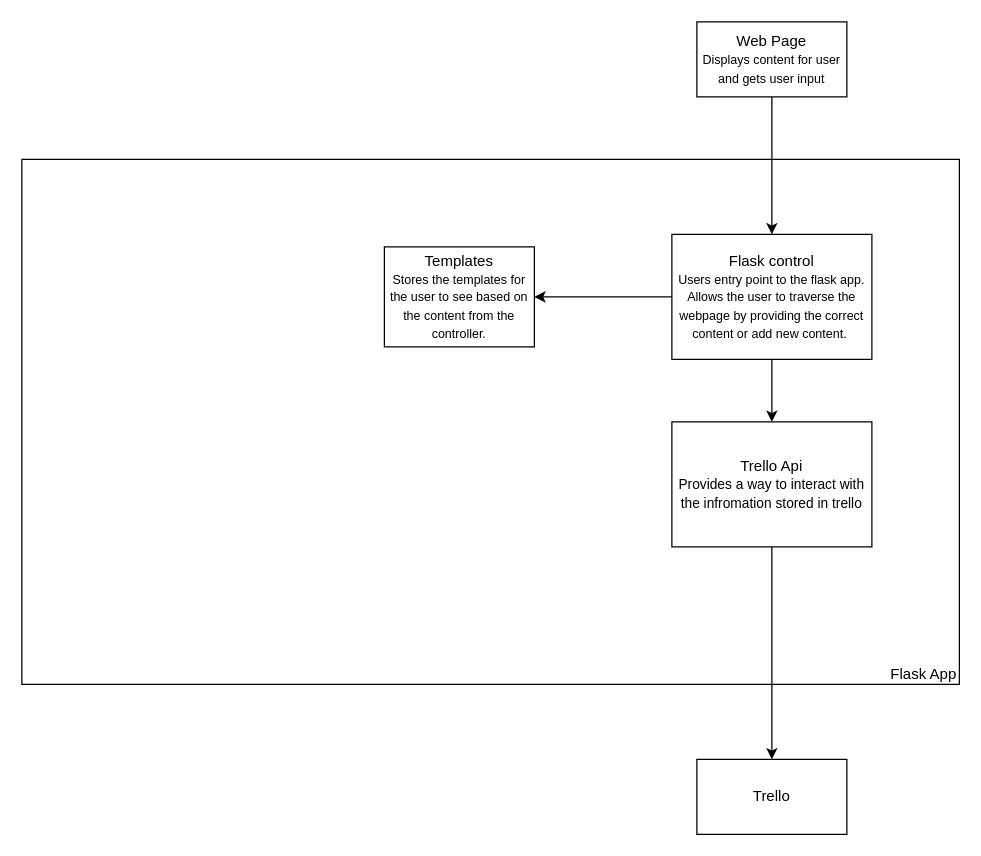
Karrot96/DevOps-Course-Starter keeps this draw.io diagram as documentation/Component.drawio. Above is the earlier version. Source tidied: cells renumbered, new cells numbered last; positions are measured from the earlier drawing's top-left corner, leaving out a move shared by most shapes. Both pictures are drawn from the tidied source at 125%, with x=0, y=0 at pixel (21, 21).
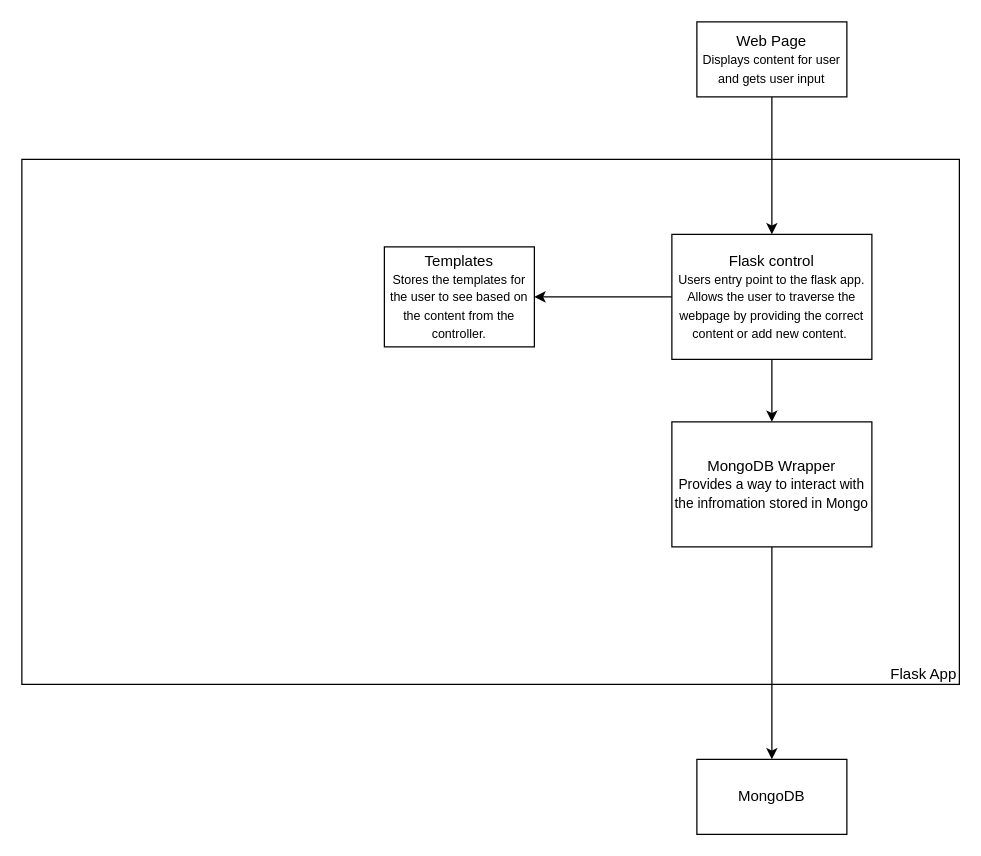
Above is the later version.

The edit, as a diff of the source:
```diff
@@
 <mxGraphModel>
   <root>
     <mxCell id="0" />
     <mxCell id="1" parent="0" />
     <mxCell id="2" value="Web Page&lt;br style=&quot;font-size: 11px&quot;&gt;&lt;font size=&quot;1&quot;&gt;Displays content for user and gets user input&lt;/font&gt;" style="rounded=0;whiteSpace=wrap;html=1;" parent="1" vertex="1">
       <mxGeometry x="540" width="120" height="60" as="geometry" />
     </mxCell>
     <mxCell id="3" value="&lt;br&gt;&lt;br&gt;&lt;br&gt;&lt;br&gt;&lt;br&gt;&lt;br&gt;&lt;br&gt;&lt;br&gt;&lt;br&gt;&lt;br&gt;&lt;br&gt;&lt;br&gt;&lt;br&gt;&lt;br&gt;&lt;br&gt;&lt;br&gt;&lt;br&gt;&lt;br&gt;&lt;br&gt;&lt;br&gt;&lt;br&gt;&lt;br&gt;&lt;br&gt;&lt;br&gt;&lt;br&gt;&lt;br&gt;&lt;br&gt;&lt;br&gt;Flask App" style="rounded=0;whiteSpace=wrap;html=1;align=right;" parent="1" vertex="1">
       <mxGeometry y="110" width="750" height="420" as="geometry" />
     </mxCell>
     <mxCell id="4" style="edgeStyle=orthogonalEdgeStyle;rounded=0;jettySize=auto;html=1;entryX=0.5;entryY=0;entryDx=0;entryDy=0;" parent="1" edge="1" source="6" target="10">
       <mxGeometry relative="1" as="geometry" />
     </mxCell>
     <mxCell id="5" style="edgeStyle=orthogonalEdgeStyle;rounded=0;jettySize=auto;html=1;exitX=0;exitY=0.5;exitDx=0;exitDy=0;entryX=1;entryY=0.5;entryDx=0;entryDy=0;" parent="1" edge="1" source="6" target="8">
       <mxGeometry relative="1" as="geometry" />
     </mxCell>
     <mxCell id="6" value="Flask control&lt;br style=&quot;font-size: 11px&quot;&gt;&lt;font size=&quot;1&quot;&gt;Users entry point to the flask app. Allows the user to traverse the webpage by providing the correct content or add new content.&amp;nbsp;&lt;/font&gt;" style="rounded=0;whiteSpace=wrap;html=1;" parent="1" vertex="1">
       <mxGeometry x="520" y="170" width="160" height="100" as="geometry" />
     </mxCell>
     <mxCell id="7" style="edgeStyle=orthogonalEdgeStyle;rounded=0;jettySize=auto;html=1;" parent="1" edge="1" source="2" target="6">
       <mxGeometry relative="1" as="geometry" />
     </mxCell>
     <mxCell id="8" value="Templates&lt;br style=&quot;font-size: 11px&quot;&gt;&lt;font size=&quot;1&quot;&gt;Stores the templates for the user to see based on the content from the controller.&lt;/font&gt;" style="rounded=0;whiteSpace=wrap;html=1;" parent="1" vertex="1">
       <mxGeometry x="290" y="180" width="120" height="80" as="geometry" />
     </mxCell>
     <mxCell id="9" style="edgeStyle=orthogonalEdgeStyle;rounded=0;jettySize=auto;html=1;entryX=0.5;entryY=0;entryDx=0;entryDy=0;" parent="1" edge="1" source="10" target="11">
       <mxGeometry relative="1" as="geometry" />
     </mxCell>
-    <mxCell id="10" value="Trello Api&lt;br style=&quot;font-size: 11px&quot;&gt;&lt;font style=&quot;font-size: 11px&quot;&gt;Provides a way to interact with the infromation stored in trello&lt;br&gt;&lt;/font&gt;" style="rounded=0;whiteSpace=wrap;html=1;" parent="1" vertex="1">
+    <mxCell id="10" value="MongoDB Wrapper&lt;br style=&quot;font-size: 11px&quot;&gt;&lt;font style=&quot;font-size: 11px&quot;&gt;Provides a way to interact with the infromation stored in Mongo&lt;br&gt;&lt;/font&gt;" style="rounded=0;whiteSpace=wrap;html=1;" parent="1" vertex="1">
       <mxGeometry x="520" y="320" width="160" height="100" as="geometry" />
     </mxCell>
-    <mxCell id="11" value="Trello" style="rounded=0;whiteSpace=wrap;html=1;" parent="1" vertex="1">
+    <mxCell id="11" value="MongoDB" style="rounded=0;whiteSpace=wrap;html=1;" parent="1" vertex="1">
       <mxGeometry x="540" y="590" width="120" height="60" as="geometry" />
     </mxCell>
   </root>
 </mxGraphModel>
```
